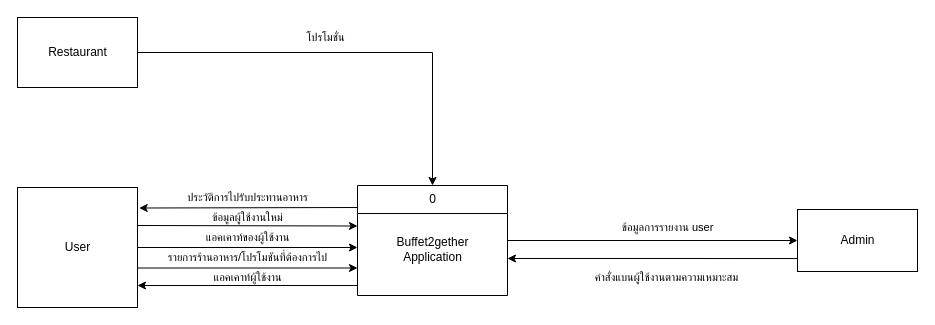
Earlier version of the draw.io diagram page "Page-1" (1 of 4) of Buffet2gether_Doc/draw.io/dfd.drawio (Buffet2gether/buffet2gether). Source tidied: cells renumbered, new cells numbered last; positions are measured from the earlier drawing's top-left corner, leaving out a move shared by most shapes. Both pictures are drawn from the tidied source at 100%, with x=0, y=0 at pixel (17, 17).
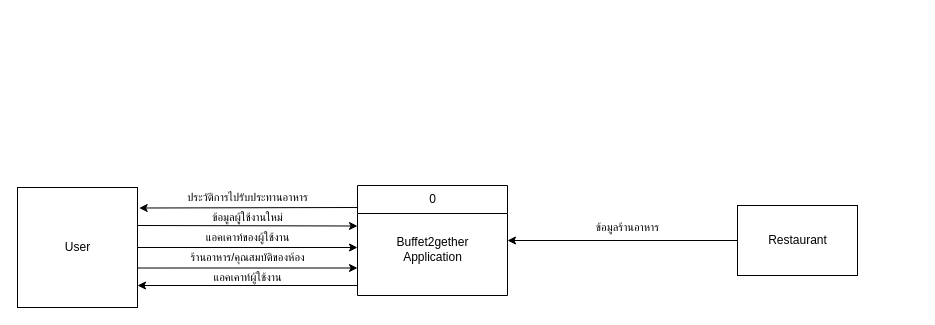
After the change.

Change to the diagram source:
```diff
@@
 <mxGraphModel>
   <root>
     <mxCell id="0" />
     <mxCell id="1" parent="0" />
-    <mxCell id="2" value="ข้อมูลการรายงาน user" style="edgeStyle=orthogonalEdgeStyle;rounded=0;jettySize=auto;html=1;exitX=1;exitY=0.5;exitDx=0;exitDy=0;entryX=0;entryY=0.5;entryDx=0;entryDy=0;" parent="1" edge="1" source="3" target="10">
-      <mxGeometry x="0.1" y="13" relative="1" as="geometry" />
-    </mxCell>
     <mxCell id="3" value="0&lt;br&gt;&lt;br&gt;&lt;br&gt;Buffet2gether&lt;br&gt;Application" style="swimlane;fontStyle=0;horizontal=1;startSize=28;fillColor=#ffffff;swimlaneFillColor=#ffffff;html=1;labelPosition=center;verticalLabelPosition=middle;align=center;verticalAlign=top;" parent="1" vertex="1">
       <mxGeometry x="340" y="168" width="150" height="110" as="geometry" />
     </mxCell>
     <mxCell id="4" value="แอคเคาท์ผู้ใช้งาน" style="endArrow=classic;html=1;" parent="3" edge="1">
       <mxGeometry y="-8" relative="1" as="geometry">
         <mxPoint y="100" as="sourcePoint" />
         <mxPoint x="-220" y="100" as="targetPoint" />
       </mxGeometry>
     </mxCell>
-    <mxCell id="5" value="โปรโมชั่น" style="edgeStyle=orthogonalEdgeStyle;rounded=0;jettySize=auto;html=1;exitX=1;exitY=0.5;exitDx=0;exitDy=0;entryX=0.5;entryY=0;entryDx=0;entryDy=0;" parent="1" edge="1" source="6" target="3">
-      <mxGeometry x="-0.12" y="15" relative="1" as="geometry" />
+    <mxCell id="5" value="ข้อมูลร้านอาหาร" style="edgeStyle=orthogonalEdgeStyle;rounded=0;jettySize=auto;html=1;exitX=0;exitY=0.5;exitDx=0;exitDy=0;entryX=1;entryY=0.5;entryDx=0;entryDy=0;" parent="1" edge="1" source="6" target="3">
+      <mxGeometry x="-0.04" y="-13" relative="1" as="geometry" />
     </mxCell>
     <mxCell id="6" value="Restaurant" style="html=1;dashed=0;whitespace=wrap;" parent="1" vertex="1">
-      <mxGeometry width="120" height="70" as="geometry" />
+      <mxGeometry x="720" y="188" width="120" height="70" as="geometry" />
     </mxCell>
     <mxCell id="7" value="แอคเคาท์ของผู้ใช้งาน" style="edgeStyle=orthogonalEdgeStyle;rounded=0;jettySize=auto;html=1;exitX=1;exitY=0.5;exitDx=0;exitDy=0;" parent="1" edge="1" source="8">
       <mxGeometry y="10" relative="1" as="geometry">
         <mxPoint x="340" y="230" as="targetPoint" />
         <Array as="points">
           <mxPoint x="340" y="230" />
         </Array>
       </mxGeometry>
     </mxCell>
     <mxCell id="8" value="User" style="html=1;dashed=0;whitespace=wrap;" parent="1" vertex="1">
       <mxGeometry y="170" width="120" height="120" as="geometry" />
     </mxCell>
-    <mxCell id="9" value="คำสั่งแบนผู้ใช้งานตามความเหมาะสม" style="edgeStyle=orthogonalEdgeStyle;rounded=0;jettySize=auto;html=1;exitX=0.002;exitY=0.791;exitDx=0;exitDy=0;exitPerimeter=0;" parent="1" edge="1" source="10">
-      <mxGeometry x="-0.1" y="19" relative="1" as="geometry">
-        <mxPoint x="490" y="241" as="targetPoint" />
-      </mxGeometry>
-    </mxCell>
-    <mxCell id="10" value="Admin" style="html=1;dashed=0;whitespace=wrap;" parent="1" vertex="1">
-      <mxGeometry x="780" y="192" width="120" height="62" as="geometry" />
-    </mxCell>
-    <mxCell id="11" value="รายการร้านอาหาร/โปรโมชันที่ต้องการไป" style="endArrow=classic;html=1;exitX=1;exitY=0.671;exitDx=0;exitDy=0;exitPerimeter=0;" parent="1" edge="1" source="8">
+    <mxCell id="11" value="ร้านอาหาร/คุณสมบัติของห้อง" style="endArrow=classic;html=1;exitX=1;exitY=0.671;exitDx=0;exitDy=0;exitPerimeter=0;" parent="1" edge="1" source="8">
       <mxGeometry y="11" relative="1" as="geometry">
         <mxPoint x="340" y="250.5" as="targetPoint" />
       </mxGeometry>
     </mxCell>
     <mxCell id="12" value="ข้อมูลผู้ใช้งานใหม่" style="endArrow=classic;html=1;exitX=1;exitY=0.25;exitDx=0;exitDy=0;" parent="1" edge="1">
       <mxGeometry y="8" relative="1" as="geometry">
         <mxPoint x="120" y="208" as="sourcePoint" />
         <mxPoint x="340" y="208.5" as="targetPoint" />
       </mxGeometry>
     </mxCell>
     <mxCell id="13" value="ประวัติการไปรับประทานอาหาร" style="endArrow=classic;html=1;entryX=1.014;entryY=0.171;entryDx=0;entryDy=0;entryPerimeter=0;" parent="1" edge="1" target="8">
       <mxGeometry x="0.01" y="-10" relative="1" as="geometry">
         <mxPoint x="340" y="190" as="sourcePoint" />
       </mxGeometry>
     </mxCell>
   </root>
 </mxGraphModel>
```
